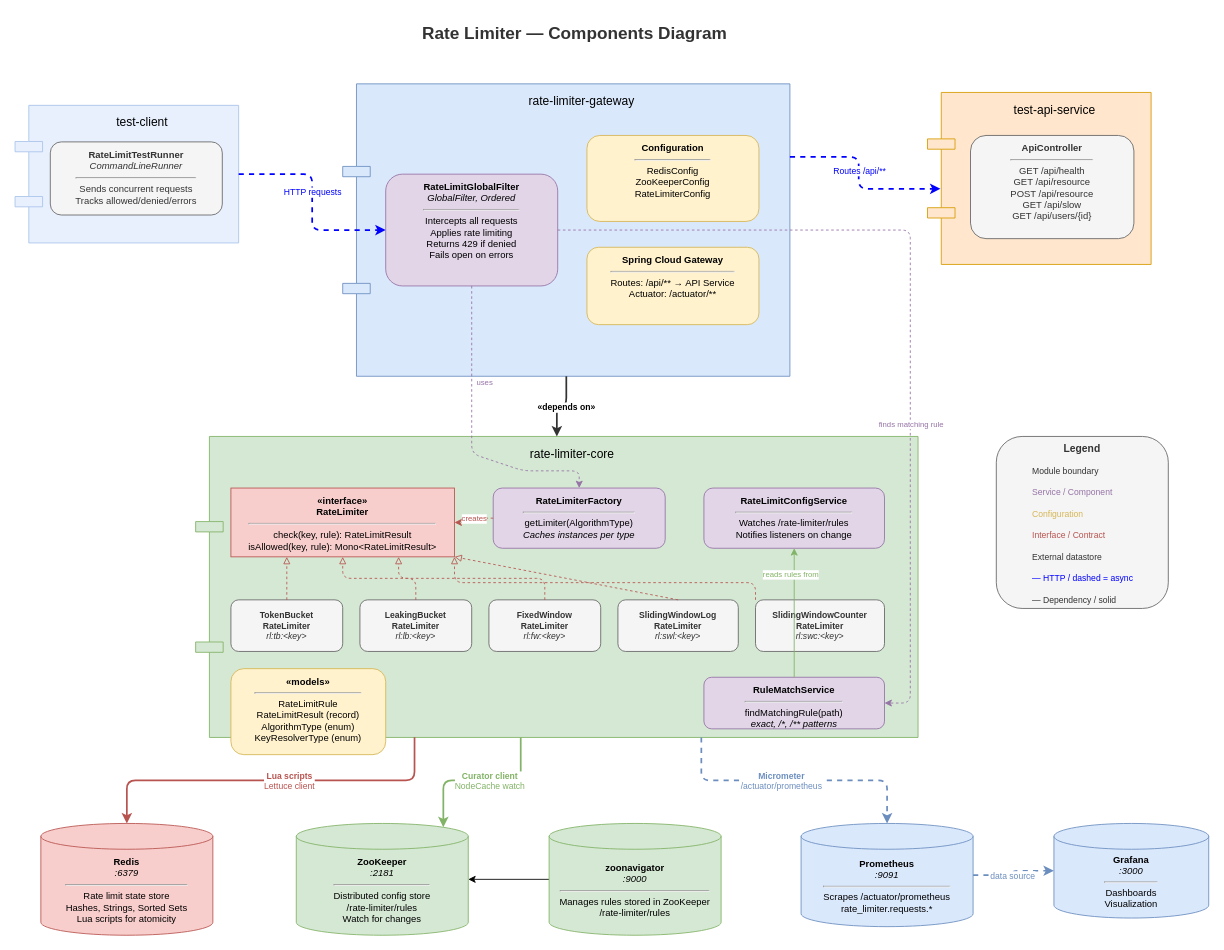
Before: components-diagram.drawio in azastashkov/rate-limiter, a draw.io diagram. Source tidied: cells renumbered, new cells numbered last; positions are measured from the earlier drawing's top-left corner, leaving out a move shared by most shapes. Both pictures are drawn from the tidied source at 86%, with x=0, y=0 at pixel (15, 15).
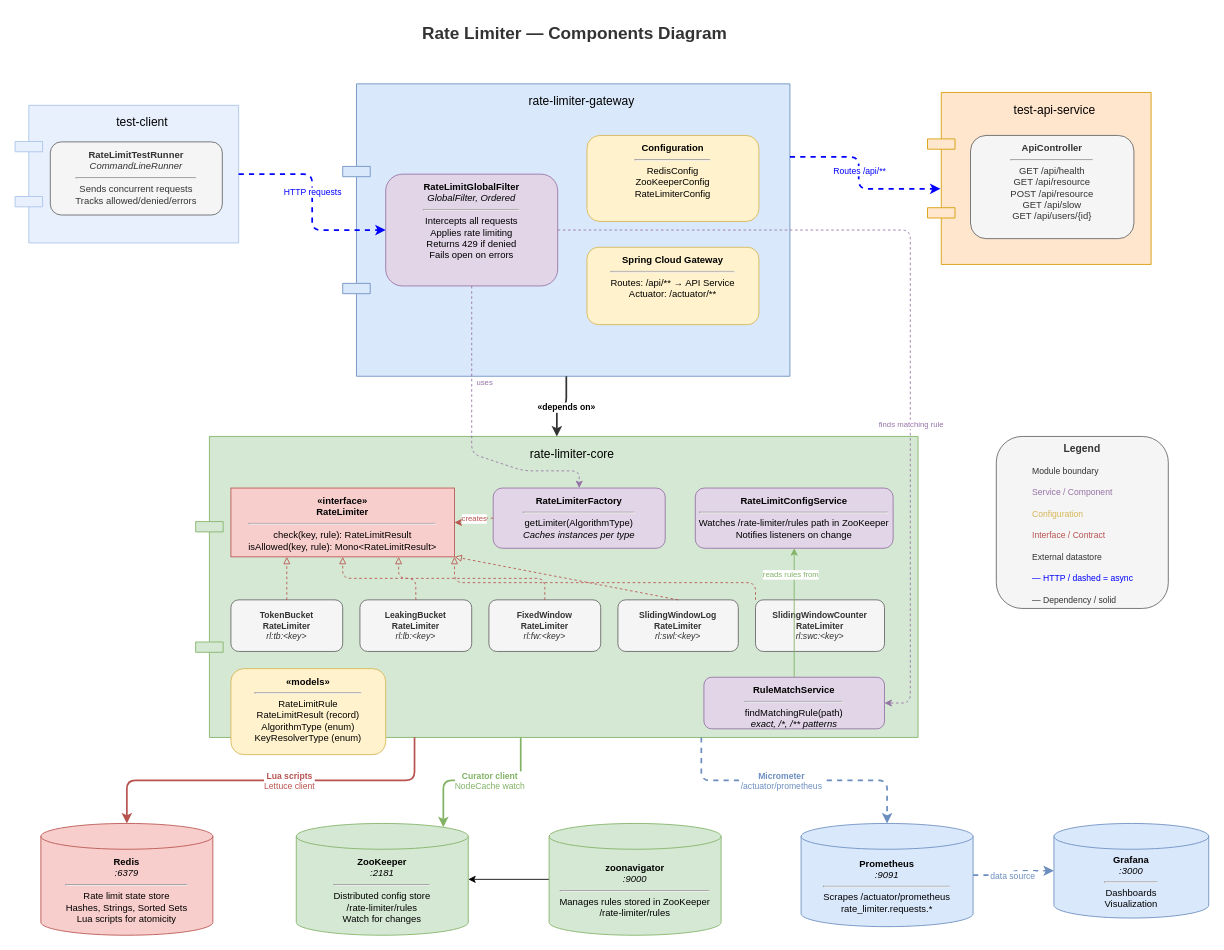
After the change.

What changed in the source:
```diff
@@
-    <mxCell id="14" value="&lt;b&gt;RateLimitConfigService&lt;/b&gt;&lt;hr&gt;Watches /rate-limiter/rules&lt;br&gt;Notifies listeners on change" style="rounded=1;whiteSpace=wrap;html=1;fillColor=#e1d5e7;strokeColor=#9673a6;fontSize=11;verticalAlign=top;spacingTop=2;align=center;" parent="1" vertex="1">
-      <mxGeometry x="801" y="550" width="210" height="70" as="geometry" />
+    <mxCell id="14" value="&lt;b&gt;RateLimitConfigService&lt;/b&gt;&lt;hr&gt;Watches /rate-limiter/rules path in ZooKeeper&lt;br&gt;Notifies listeners on change" style="rounded=1;whiteSpace=wrap;html=1;fillColor=#e1d5e7;strokeColor=#9673a6;fontSize=11;verticalAlign=top;spacingTop=2;align=center;" parent="1" vertex="1">
+      <mxGeometry x="791" y="550" width="230" height="70" as="geometry" />
     </mxCell>
```
